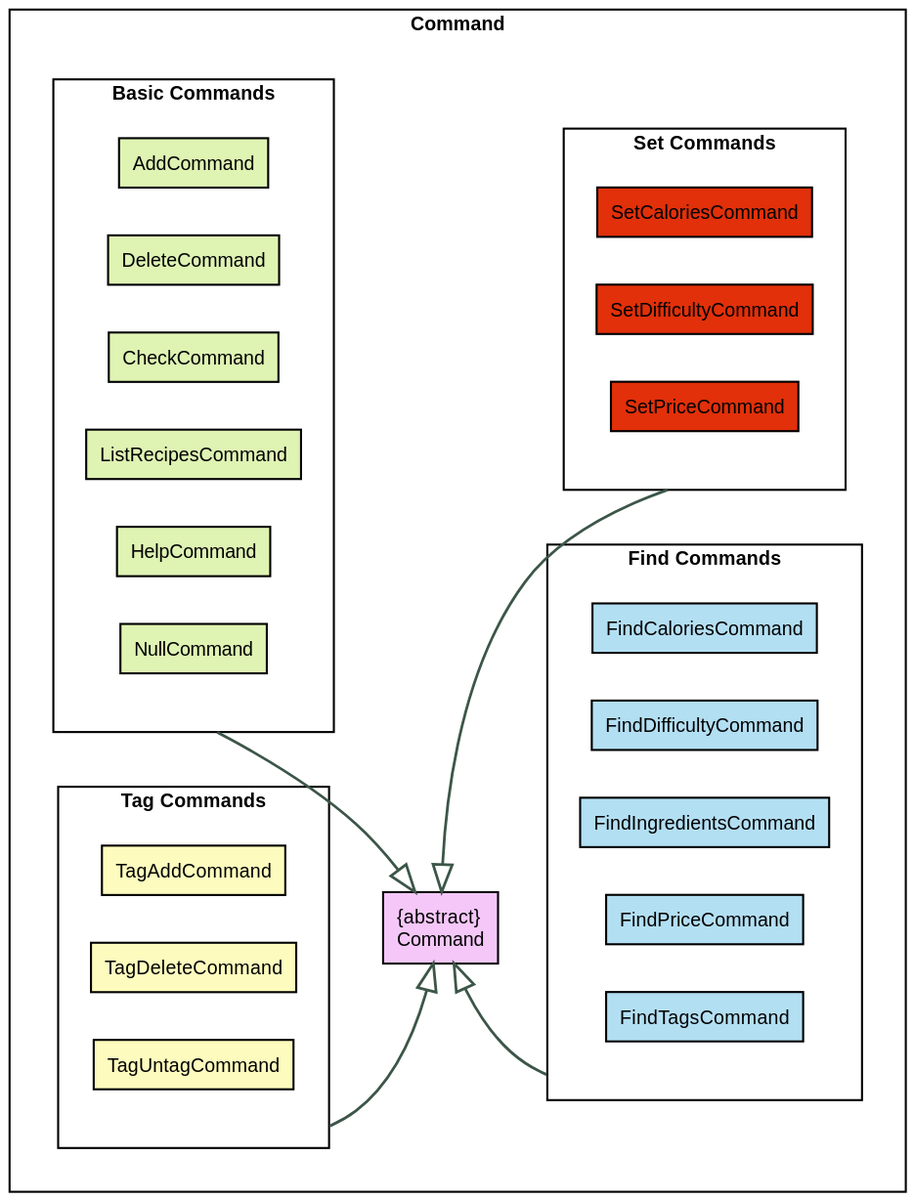
Above: docs/RenderedUML/CommandRects.svg in nus-cs2113-AY2122S1/tp (PlantUML), before the change.
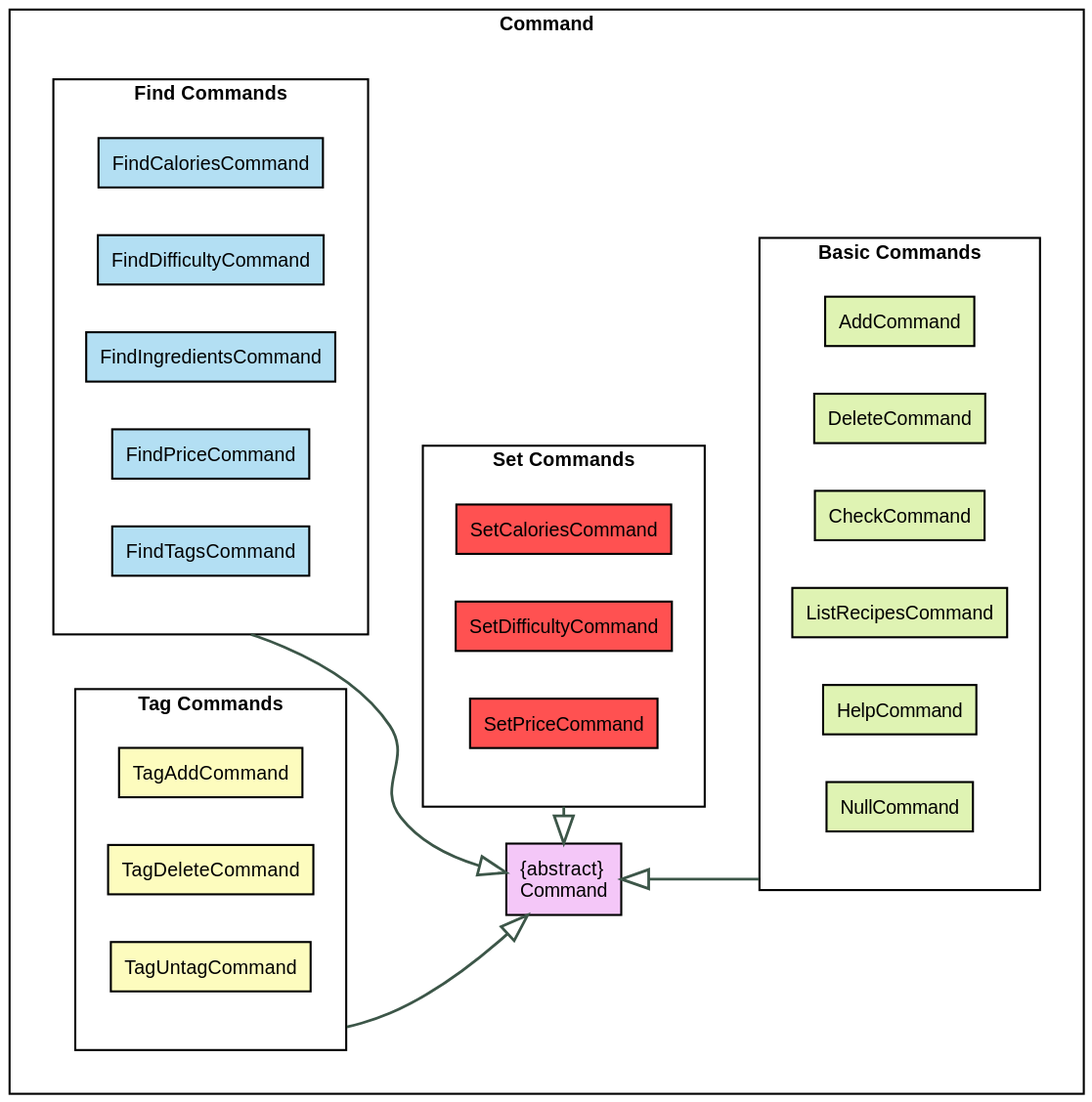
After the commit.

Diff of the diagram source:
```diff
@@ -45,13 +45,13 @@
     }
 
     rectangle "Set Commands" {
-        rectangle SetCaloriesCommand LOGIC_RED_1 {
+        rectangle SetCaloriesCommand LOGIC_RED_2 {
         }
 
-        rectangle SetDifficultyCommand LOGIC_RED_1 {
+        rectangle SetDifficultyCommand LOGIC_RED_2 {
         }
 
-        rectangle SetPriceCommand LOGIC_RED_1 {
+        rectangle SetPriceCommand LOGIC_RED_2 {
         }
     }
 
@@ -66,10 +66,10 @@
             }
         }
 
-    "Basic Commands" --|> "{abstract}\nCommand"
+    "{abstract}\nCommand" <|-- "Basic Commands"
     "Tag Commands" --|> "{abstract}\nCommand"
-    "{abstract}\nCommand" <|-- "Find Commands"
-    "{abstract}\nCommand" <|-- "Set Commands"
+    "Find Commands" --|> "{abstract}\nCommand"
+    "{abstract}\nCommand" <|-left- "Set Commands"
 
 }
 @enduml
```
